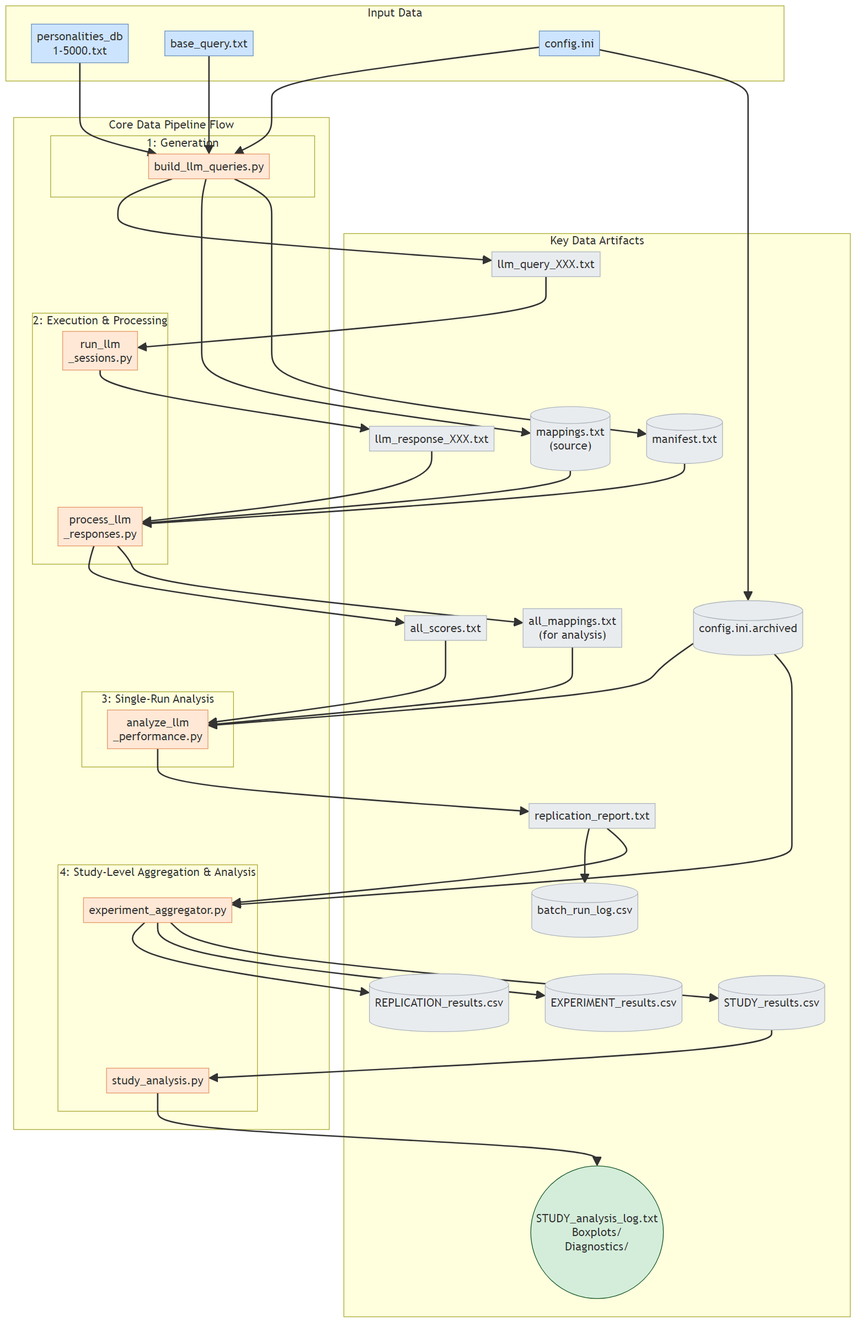
Earlier version of the Mermaid export docs/images/architecture_data_flow.png (peterjmarko/llm-narrative-framework). Its source is kept beside it as docs/diagrams/architecture_data_flow.mmd.
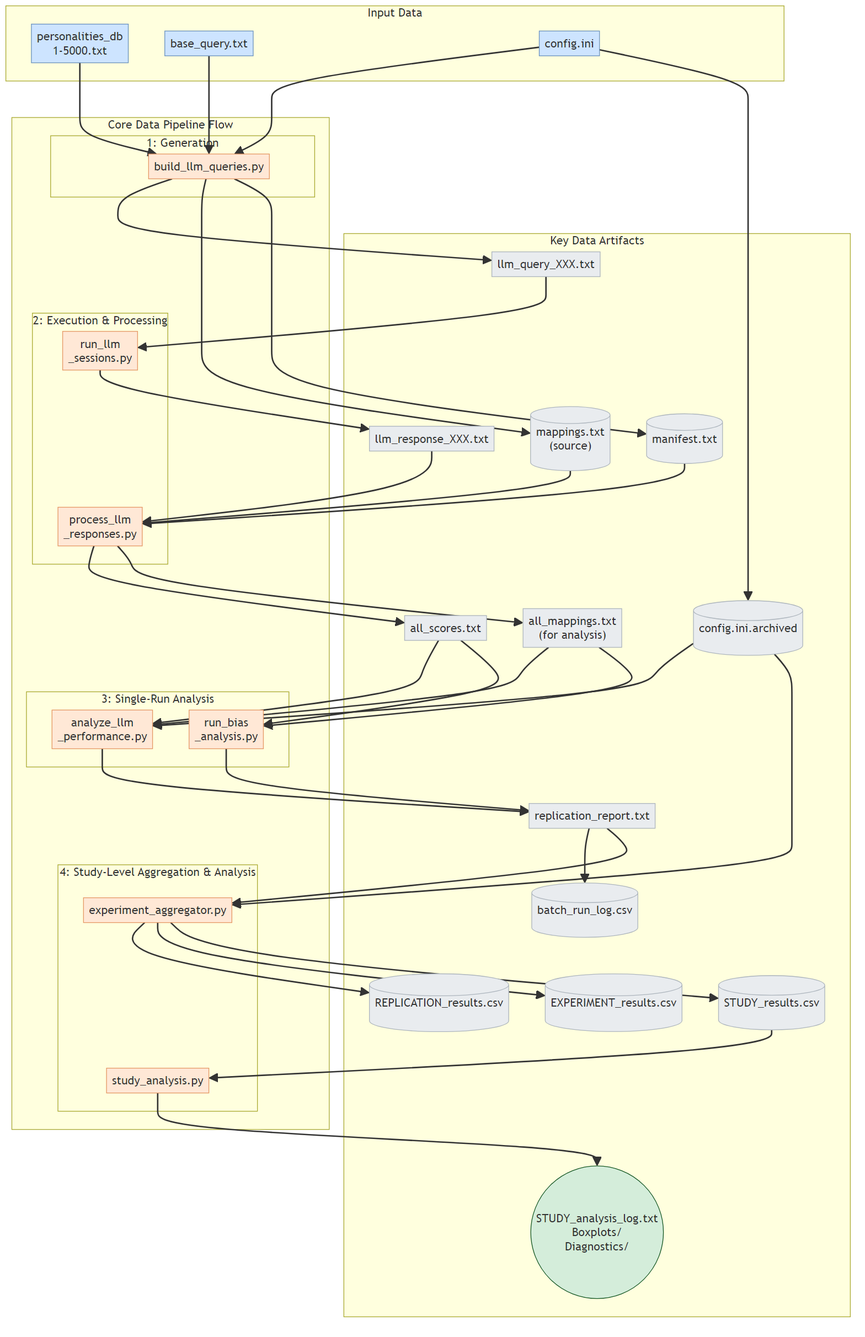
Above is the later version.

Commit message:
feat(analysis-pipeline): consolidate analysis stage for clarity

The edit, as a diff of the source:
```diff
@@ -16,7 +16,9 @@
             Script3["process_llm<br/>_responses.py"]:::script
         end
         subgraph "3: Single-Run Analysis"
+            direction TB
             Script4["analyze_llm<br/>_performance.py"]:::script
+            Script4b["run_bias<br/>_analysis.py"]:::script
         end
         subgraph "4: Study-Level Aggregation & Analysis"
              Aggregator["experiment_aggregator.py"]:::script
@@ -58,6 +60,9 @@
     Art3_scores & Art3_mappings_analysis & Art1_archive --> Script4
     Script4 --> Art4_report
 
+    Art3_scores & Art3_mappings_analysis --> Script4b
+    Script4b --> Art4_report
+
     Art4_report --> BatchRunLog
     Art4_report --> Aggregator
     Art1_archive --> Aggregator
```
